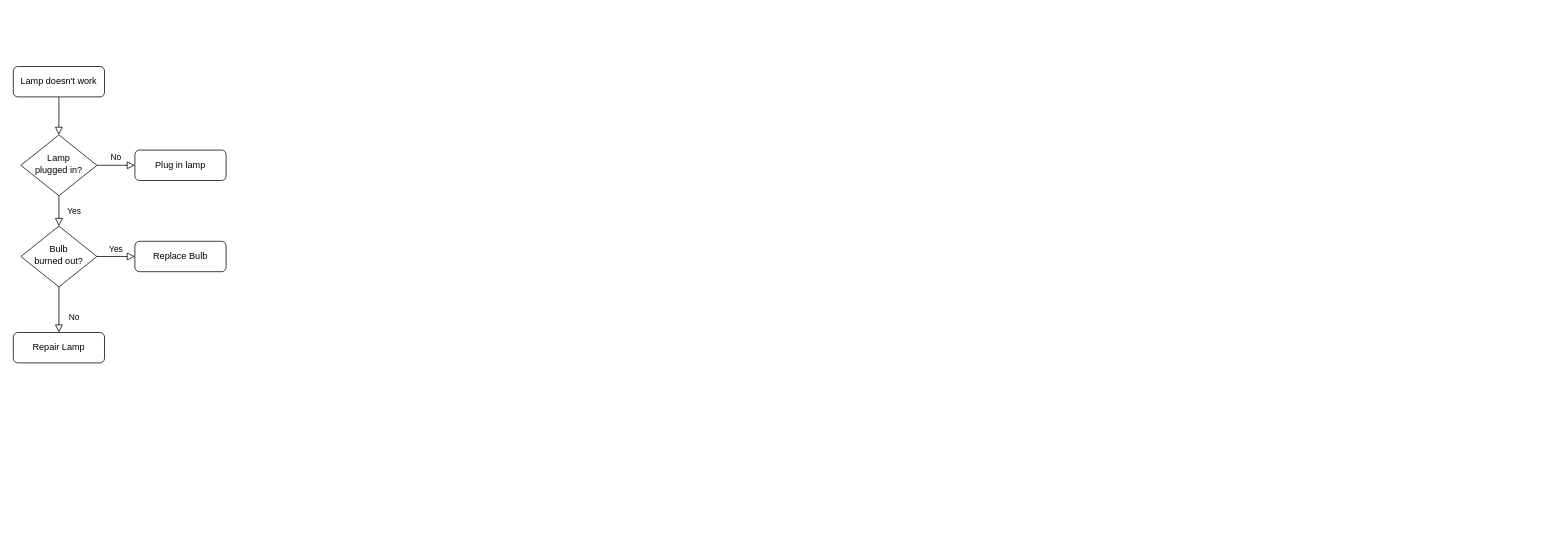
Alethes0216/test keeps this draw.io diagram as 未命名绘图.drawio. Above is the earlier version. Source tidied: cells renumbered, new cells numbered last; positions are measured from the earlier drawing's top-left corner, leaving out a move shared by most shapes. Both pictures are drawn from the tidied source at 76%, with x=0, y=0 at pixel (13, 66).
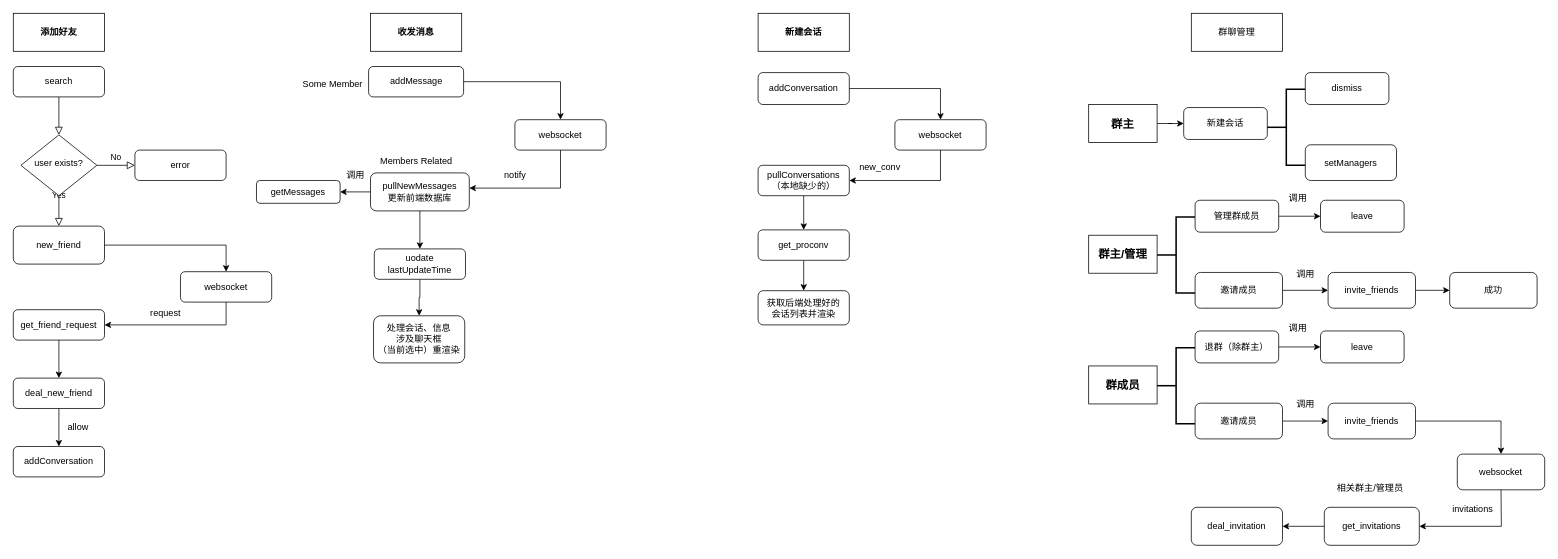
Above is the later version.

Commit message:
更新未命名绘图.drawio

Diff of the diagram source:
```diff
@@
-<mxGraphModel>
+<mxGraphModel background="#FFFFFF">
@@
-    <mxCell id="3" value="Lamp doesn't work" style="rounded=1;whiteSpace=wrap;html=1;fontSize=12;glass=0;strokeWidth=1;shadow=0;" parent="1" vertex="1">
+    <mxCell id="3" value="search" style="rounded=1;whiteSpace=wrap;html=1;fontSize=12;glass=0;strokeWidth=1;shadow=0;" parent="1" vertex="1">
       <mxGeometry width="120" height="40" as="geometry" />
     </mxCell>
-    <mxCell id="4" value="Yes" style="rounded=0;html=1;jettySize=auto;fontSize=11;endArrow=block;endFill=0;endSize=8;strokeWidth=1;shadow=0;labelBackgroundColor=none;edgeStyle=orthogonalEdgeStyle;" parent="1" edge="1" source="6" target="10">
-      <mxGeometry y="20" relative="1" as="geometry" />
+    <mxCell id="4" value="Yes" style="rounded=0;html=1;jettySize=auto;fontSize=11;endArrow=block;endFill=0;endSize=8;strokeWidth=1;shadow=0;labelBackgroundColor=none;edgeStyle=orthogonalEdgeStyle;" parent="1" edge="1" source="6">
+      <mxGeometry x="0.01" y="20" relative="1" as="geometry">
+        <mxPoint x="60" y="210" as="targetPoint" />
+        <mxPoint y="-1" as="offset" />
+      </mxGeometry>
     </mxCell>
@@
-    <mxCell id="6" value="Lamp&lt;br&gt;plugged in?" style="rhombus;whiteSpace=wrap;html=1;shadow=0;fontFamily=Helvetica;fontSize=12;align=center;strokeWidth=1;spacing=6;spacingTop=-4;" parent="1" vertex="1">
+    <mxCell id="6" value="user exists?" style="rhombus;whiteSpace=wrap;html=1;shadow=0;fontFamily=Helvetica;fontSize=12;align=center;strokeWidth=1;spacing=6;spacingTop=-4;" parent="1" vertex="1">
       <mxGeometry x="10" y="90" width="100" height="80" as="geometry" />
     </mxCell>
-    <mxCell id="7" value="Plug in lamp" style="rounded=1;whiteSpace=wrap;html=1;fontSize=12;glass=0;strokeWidth=1;shadow=0;" parent="1" vertex="1">
+    <mxCell id="7" value="error" style="rounded=1;whiteSpace=wrap;html=1;fontSize=12;glass=0;strokeWidth=1;shadow=0;" parent="1" vertex="1">
       <mxGeometry x="160" y="110" width="120" height="40" as="geometry" />
     </mxCell>
-    <mxCell id="8" value="No" style="rounded=0;html=1;jettySize=auto;fontSize=11;endArrow=block;endFill=0;endSize=8;strokeWidth=1;shadow=0;labelBackgroundColor=none;edgeStyle=orthogonalEdgeStyle;" parent="1" edge="1" source="10" target="11">
-      <mxGeometry x="0.33" y="20" relative="1" as="geometry" />
-    </mxCell>
-    <mxCell id="9" value="Yes" style="edgeStyle=orthogonalEdgeStyle;rounded=0;html=1;jettySize=auto;fontSize=11;endArrow=block;endFill=0;endSize=8;strokeWidth=1;shadow=0;labelBackgroundColor=none;" parent="1" edge="1" source="10" target="12">
-      <mxGeometry y="10" relative="1" as="geometry" />
-    </mxCell>
-    <mxCell id="10" value="Bulb&lt;br&gt;burned out?" style="rhombus;whiteSpace=wrap;html=1;shadow=0;fontFamily=Helvetica;fontSize=12;align=center;strokeWidth=1;spacing=6;spacingTop=-4;" parent="1" vertex="1">
-      <mxGeometry x="10" y="210" width="100" height="80" as="geometry" />
-    </mxCell>
-    <mxCell id="11" value="Repair Lamp" style="rounded=1;whiteSpace=wrap;html=1;fontSize=12;glass=0;strokeWidth=1;shadow=0;" parent="1" vertex="1">
-      <mxGeometry y="350" width="120" height="40" as="geometry" />
+    <mxCell id="11" value="get_friend_request" style="rounded=1;whiteSpace=wrap;html=1;fontSize=12;glass=0;strokeWidth=1;shadow=0;" parent="1" vertex="1">
+      <mxGeometry y="320" width="120" height="40" as="geometry" />
     </mxCell>
-    <mxCell id="12" value="Replace Bulb" style="rounded=1;whiteSpace=wrap;html=1;fontSize=12;glass=0;strokeWidth=1;shadow=0;" parent="1" vertex="1">
-      <mxGeometry x="160" y="230" width="120" height="40" as="geometry" />
+    <mxCell id="12" value="websocket" style="rounded=1;whiteSpace=wrap;html=1;fontSize=12;glass=0;strokeWidth=1;shadow=0;" parent="1" vertex="1">
+      <mxGeometry x="220" y="270" width="120" height="40" as="geometry" />
     </mxCell>
+    <mxCell id="13" value="&lt;b&gt;添加好友&lt;/b&gt;" style="rounded=0;whiteSpace=wrap;html=1;" parent="1" vertex="1">
+      <mxGeometry y="-70" width="120" height="50" as="geometry" />
+    </mxCell>
+    <mxCell id="14" value="new_friend" style="rounded=1;whiteSpace=wrap;html=1;" parent="1" vertex="1">
+      <mxGeometry y="210" width="120" height="50" as="geometry" />
+    </mxCell>
+    <mxCell id="15" style="endArrow=classic;html=1;rounded=0;entryX=0.5;entryY=0;entryDx=0;entryDy=0;exitX=1;exitY=0.5;exitDx=0;exitDy=0;" parent="1" edge="1" source="14" target="12">
+      <mxGeometry relative="1" as="geometry">
+        <Array as="points">
+          <mxPoint x="200" y="235" />
+          <mxPoint x="280" y="235" />
+        </Array>
+      </mxGeometry>
+    </mxCell>
+    <mxCell id="16" style="endArrow=classic;html=1;rounded=0;entryX=1;entryY=0.5;entryDx=0;entryDy=0;" parent="1" edge="1" source="12" target="11">
+      <mxGeometry relative="1" as="geometry">
+        <Array as="points">
+          <mxPoint x="280" y="340" />
+        </Array>
+      </mxGeometry>
+    </mxCell>
+    <mxCell id="17" value="request" style="text;html=1;align=center;verticalAlign=middle;strokeColor=none;fillColor=none;" parent="1" vertex="1">
+      <mxGeometry x="170" y="310" width="60" height="30" as="geometry" />
+    </mxCell>
+    <mxCell id="18" style="endArrow=classic;html=1;rounded=0;" parent="1" edge="1" source="11">
+      <mxGeometry relative="1" as="geometry">
+        <mxPoint x="60" y="410" as="targetPoint" />
+      </mxGeometry>
+    </mxCell>
+    <mxCell id="19" value="deal_new_friend" style="rounded=1;whiteSpace=wrap;html=1;" parent="1" vertex="1">
+      <mxGeometry y="410" width="120" height="40" as="geometry" />
+    </mxCell>
+    <mxCell id="20" value="&lt;b&gt;收发消息&lt;/b&gt;" style="rounded=0;whiteSpace=wrap;html=1;" parent="1" vertex="1">
+      <mxGeometry x="470" y="-70" width="120" height="50" as="geometry" />
+    </mxCell>
+    <mxCell id="21" value="allow" style="text;html=1;align=center;verticalAlign=middle;strokeColor=none;fillColor=none;" parent="1" vertex="1">
+      <mxGeometry x="60" y="460" width="50" height="30" as="geometry" />
+    </mxCell>
+    <mxCell id="22" style="endArrow=classic;html=1;rounded=0;exitX=0.5;exitY=1;exitDx=0;exitDy=0;" parent="1" edge="1" source="19">
+      <mxGeometry relative="1" as="geometry">
+        <mxPoint x="60" y="500" as="targetPoint" />
+      </mxGeometry>
+    </mxCell>
+    <mxCell id="23" value="addConversation" style="rounded=1;whiteSpace=wrap;html=1;" parent="1" vertex="1">
+      <mxGeometry y="500" width="120" height="40" as="geometry" />
+    </mxCell>
+    <mxCell id="24" value="addMessage" style="rounded=1;whiteSpace=wrap;html=1;" parent="1" vertex="1">
+      <mxGeometry x="467.5" width="125" height="40" as="geometry" />
+    </mxCell>
+    <mxCell id="25" style="endArrow=classic;html=1;rounded=0;exitX=1;exitY=0.5;exitDx=0;exitDy=0;entryX=0.5;entryY=0;entryDx=0;entryDy=0;" parent="1" edge="1" source="24" target="26">
+      <mxGeometry relative="1" as="geometry">
+        <Array as="points">
+          <mxPoint x="720" y="20" />
+        </Array>
+      </mxGeometry>
+    </mxCell>
+    <mxCell id="26" value="websocket" style="rounded=1;whiteSpace=wrap;html=1;" parent="1" vertex="1">
+      <mxGeometry x="660" y="70" width="120" height="40" as="geometry" />
+    </mxCell>
+    <mxCell id="27" style="endArrow=classic;html=1;rounded=0;exitX=0.5;exitY=1;exitDx=0;exitDy=0;" parent="1" edge="1" source="26">
+      <mxGeometry relative="1" as="geometry">
+        <mxPoint x="600" y="160" as="targetPoint" />
+        <Array as="points">
+          <mxPoint x="720" y="160" />
+        </Array>
+      </mxGeometry>
+    </mxCell>
+    <mxCell id="28" style="edgeStyle=orthogonalEdgeStyle;rounded=0;jettySize=auto;html=1;entryX=1;entryY=0.5;entryDx=0;entryDy=0;" parent="1" edge="1" source="30" target="32">
+      <mxGeometry relative="1" as="geometry" />
+    </mxCell>
+    <mxCell id="29" style="edgeStyle=orthogonalEdgeStyle;rounded=0;jettySize=auto;html=1;" parent="1" edge="1" source="30" target="34">
+      <mxGeometry relative="1" as="geometry" />
+    </mxCell>
+    <mxCell id="30" value="pullNewMessages&lt;div&gt;更新前端数据库&lt;/div&gt;" style="rounded=1;whiteSpace=wrap;html=1;" parent="1" vertex="1">
+      <mxGeometry x="470" y="140" width="130" height="50" as="geometry" />
+    </mxCell>
+    <mxCell id="31" value="notify" style="text;html=1;align=center;verticalAlign=middle;strokeColor=none;fillColor=none;" parent="1" vertex="1">
+      <mxGeometry x="635" y="128" width="50" height="30" as="geometry" />
+    </mxCell>
+    <mxCell id="32" value="getMessages" style="whiteSpace=wrap;html=1;rounded=1;" parent="1" vertex="1">
+      <mxGeometry x="320" y="150" width="110" height="30" as="geometry" />
+    </mxCell>
+    <mxCell id="33" style="edgeStyle=orthogonalEdgeStyle;rounded=0;jettySize=auto;html=1;" parent="1" edge="1" source="34" target="38">
+      <mxGeometry relative="1" as="geometry" />
+    </mxCell>
+    <mxCell id="34" value="uodate lastUpdateTime" style="whiteSpace=wrap;html=1;rounded=1;" parent="1" vertex="1">
+      <mxGeometry x="475" y="240" width="120" height="40" as="geometry" />
+    </mxCell>
+    <mxCell id="35" value="调用" style="text;html=1;align=center;verticalAlign=middle;strokeColor=none;fillColor=none;" parent="1" vertex="1">
+      <mxGeometry x="425" y="128" width="50" height="30" as="geometry" />
+    </mxCell>
+    <mxCell id="36" value="Some Member" style="text;html=1;align=center;verticalAlign=middle;strokeColor=none;fillColor=none;" parent="1" vertex="1">
+      <mxGeometry x="370" y="8" width="100" height="30" as="geometry" />
+    </mxCell>
+    <mxCell id="37" value="Members Related" style="text;html=1;align=center;verticalAlign=middle;strokeColor=none;fillColor=none;" parent="1" vertex="1">
+      <mxGeometry x="470" y="110" width="120" height="30" as="geometry" />
+    </mxCell>
+    <mxCell id="38" value="&lt;div&gt;处理会话、信息&lt;/div&gt;涉及聊天框&lt;div&gt;（当前选中）重渲染&lt;/div&gt;" style="whiteSpace=wrap;html=1;rounded=1;" parent="1" vertex="1">
+      <mxGeometry x="474" y="328" width="120" height="62" as="geometry" />
+    </mxCell>
+    <mxCell id="39" value="&lt;b&gt;新建会话&lt;/b&gt;" style="rounded=0;whiteSpace=wrap;html=1;" parent="1" vertex="1">
+      <mxGeometry x="980" y="-70" width="120" height="50" as="geometry" />
+    </mxCell>
+    <mxCell id="40" value="addConversation" style="rounded=1;whiteSpace=wrap;html=1;" parent="1" vertex="1">
+      <mxGeometry x="980" y="8" width="120" height="42" as="geometry" />
+    </mxCell>
+    <mxCell id="41" style="endArrow=classic;html=1;rounded=0;exitX=1;exitY=0.5;exitDx=0;exitDy=0;" parent="1" edge="1" source="40" target="42">
+      <mxGeometry relative="1" as="geometry">
+        <Array as="points">
+          <mxPoint x="1220" y="29" />
+        </Array>
+      </mxGeometry>
+    </mxCell>
+    <mxCell id="42" value="websocket" style="rounded=1;whiteSpace=wrap;html=1;" parent="1" vertex="1">
+      <mxGeometry x="1160" y="70" width="120" height="40" as="geometry" />
+    </mxCell>
+    <mxCell id="43" style="endArrow=classic;html=1;rounded=0;exitX=0.5;exitY=1;exitDx=0;exitDy=0;entryX=1;entryY=0.5;entryDx=0;entryDy=0;" parent="1" edge="1" source="42" target="45">
+      <mxGeometry relative="1" as="geometry">
+        <Array as="points">
+          <mxPoint x="1220" y="150" />
+        </Array>
+      </mxGeometry>
+    </mxCell>
+    <mxCell id="44" style="edgeStyle=orthogonalEdgeStyle;rounded=0;jettySize=auto;html=1;" parent="1" edge="1" source="45" target="48">
+      <mxGeometry relative="1" as="geometry" />
+    </mxCell>
+    <mxCell id="45" value="pullConversations&lt;div&gt;（本地缺少的）&lt;/div&gt;" style="rounded=1;whiteSpace=wrap;html=1;" parent="1" vertex="1">
+      <mxGeometry x="980" y="130" width="120" height="40" as="geometry" />
+    </mxCell>
+    <mxCell id="46" value="new_conv" style="text;html=1;align=center;verticalAlign=middle;strokeColor=none;fillColor=none;" parent="1" vertex="1">
+      <mxGeometry x="1100" y="118" width="80" height="30" as="geometry" />
+    </mxCell>
+    <mxCell id="47" style="edgeStyle=orthogonalEdgeStyle;rounded=0;jettySize=auto;html=1;" parent="1" edge="1" source="48" target="49">
+      <mxGeometry relative="1" as="geometry" />
+    </mxCell>
+    <mxCell id="48" value="get_proconv" style="whiteSpace=wrap;html=1;rounded=1;" parent="1" vertex="1">
+      <mxGeometry x="980" y="215" width="120" height="40" as="geometry" />
+    </mxCell>
+    <mxCell id="49" value="获取后端处理好的&lt;div&gt;会话列表并渲染&lt;/div&gt;" style="whiteSpace=wrap;html=1;rounded=1;" parent="1" vertex="1">
+      <mxGeometry x="980" y="295" width="120" height="45" as="geometry" />
+    </mxCell>
+    <mxCell id="50" value="群聊管理" style="whiteSpace=wrap;html=1;" parent="1" vertex="1">
+      <mxGeometry x="1550" y="-70" width="120" height="50" as="geometry" />
+    </mxCell>
+    <mxCell id="51" value="新建会话" style="rounded=1;whiteSpace=wrap;html=1;" parent="1" vertex="1">
+      <mxGeometry x="1540" y="54" width="110" height="42" as="geometry" />
+    </mxCell>
+    <mxCell id="52" style="edgeStyle=orthogonalEdgeStyle;rounded=0;jettySize=auto;html=1;" parent="1" edge="1" source="53" target="51">
+      <mxGeometry relative="1" as="geometry" />
+    </mxCell>
+    <mxCell id="53" value="&lt;b&gt;&lt;font style=&quot;font-size: 15px;&quot;&gt;群主&lt;/font&gt;&lt;/b&gt;" style="whiteSpace=wrap;html=1;" parent="1" vertex="1">
+      <mxGeometry x="1415" y="50" width="90" height="50" as="geometry" />
+    </mxCell>
+    <mxCell id="54" style="strokeWidth=2;html=1;shape=mxgraph.flowchart.annotation_2;align=left;labelPosition=right;" parent="1" vertex="1">
+      <mxGeometry x="1650" y="30" width="50" height="100" as="geometry" />
+    </mxCell>
+    <mxCell id="55" value="dismiss" style="rounded=1;whiteSpace=wrap;html=1;" parent="1" vertex="1">
+      <mxGeometry x="1700" y="8" width="110" height="42" as="geometry" />
+    </mxCell>
+    <mxCell id="56" value="setManagers" style="rounded=1;whiteSpace=wrap;html=1;" parent="1" vertex="1">
+      <mxGeometry x="1700" y="103" width="120" height="47" as="geometry" />
+    </mxCell>
+    <mxCell id="57" value="&lt;b&gt;&lt;font style=&quot;font-size: 15px;&quot;&gt;群主/管理&lt;/font&gt;&lt;/b&gt;" style="whiteSpace=wrap;html=1;" parent="1" vertex="1">
+      <mxGeometry x="1415" y="222" width="90" height="50" as="geometry" />
+    </mxCell>
+    <mxCell id="58" style="strokeWidth=2;html=1;shape=mxgraph.flowchart.annotation_2;align=left;labelPosition=right;" parent="1" vertex="1">
+      <mxGeometry x="1505" y="198" width="50" height="100" as="geometry" />
+    </mxCell>
+    <mxCell id="59" style="edgeStyle=orthogonalEdgeStyle;rounded=0;jettySize=auto;html=1;" parent="1" edge="1" source="60" target="63">
+      <mxGeometry relative="1" as="geometry" />
+    </mxCell>
+    <mxCell id="60" value="管理群成员" style="rounded=1;whiteSpace=wrap;html=1;" parent="1" vertex="1">
+      <mxGeometry x="1555" y="176" width="110" height="42" as="geometry" />
+    </mxCell>
+    <mxCell id="61" style="edgeStyle=orthogonalEdgeStyle;rounded=0;jettySize=auto;html=1;" parent="1" edge="1" source="62" target="66">
+      <mxGeometry relative="1" as="geometry" />
+    </mxCell>
+    <mxCell id="62" value="邀请成员" style="rounded=1;whiteSpace=wrap;html=1;" parent="1" vertex="1">
+      <mxGeometry x="1555" y="271" width="115" height="47" as="geometry" />
+    </mxCell>
+    <mxCell id="63" value="leave" style="rounded=1;whiteSpace=wrap;html=1;" parent="1" vertex="1">
+      <mxGeometry x="1720" y="176" width="110" height="42" as="geometry" />
+    </mxCell>
+    <mxCell id="64" value="调用" style="text;html=1;align=center;verticalAlign=middle;strokeColor=none;fillColor=none;" parent="1" vertex="1">
+      <mxGeometry x="1665" y="158" width="50" height="30" as="geometry" />
+    </mxCell>
+    <mxCell id="65" style="edgeStyle=orthogonalEdgeStyle;rounded=0;jettySize=auto;html=1;" parent="1" edge="1" source="66" target="68">
+      <mxGeometry relative="1" as="geometry" />
+    </mxCell>
+    <mxCell id="66" value="invite_friends" style="rounded=1;whiteSpace=wrap;html=1;" parent="1" vertex="1">
+      <mxGeometry x="1730" y="271" width="115" height="47" as="geometry" />
+    </mxCell>
+    <mxCell id="67" value="调用" style="text;html=1;align=center;verticalAlign=middle;strokeColor=none;fillColor=none;" parent="1" vertex="1">
+      <mxGeometry x="1675" y="258" width="50" height="30" as="geometry" />
+    </mxCell>
+    <mxCell id="68" value="成功" style="rounded=1;whiteSpace=wrap;html=1;" parent="1" vertex="1">
+      <mxGeometry x="1890" y="271" width="115" height="47" as="geometry" />
+    </mxCell>
+    <mxCell id="69" value="&lt;b&gt;&lt;font style=&quot;font-size: 15px;&quot;&gt;群成员&lt;/font&gt;&lt;/b&gt;" style="whiteSpace=wrap;html=1;" parent="1" vertex="1">
+      <mxGeometry x="1415" y="394" width="90" height="50" as="geometry" />
+    </mxCell>
+    <mxCell id="70" style="strokeWidth=2;html=1;shape=mxgraph.flowchart.annotation_2;align=left;labelPosition=right;" parent="1" vertex="1">
+      <mxGeometry x="1505" y="370" width="50" height="100" as="geometry" />
+    </mxCell>
+    <mxCell id="71" style="edgeStyle=orthogonalEdgeStyle;rounded=0;jettySize=auto;html=1;" parent="1" edge="1" source="72" target="75">
+      <mxGeometry relative="1" as="geometry" />
+    </mxCell>
+    <mxCell id="72" value="退群（除群主）" style="rounded=1;whiteSpace=wrap;html=1;" parent="1" vertex="1">
+      <mxGeometry x="1555" y="348" width="110" height="42" as="geometry" />
+    </mxCell>
+    <mxCell id="73" style="edgeStyle=orthogonalEdgeStyle;rounded=0;jettySize=auto;html=1;" parent="1" edge="1" source="74" target="78">
+      <mxGeometry relative="1" as="geometry" />
+    </mxCell>
+    <mxCell id="74" value="邀请成员" style="rounded=1;whiteSpace=wrap;html=1;" parent="1" vertex="1">
+      <mxGeometry x="1555" y="443" width="115" height="47" as="geometry" />
+    </mxCell>
+    <mxCell id="75" value="leave" style="rounded=1;whiteSpace=wrap;html=1;" parent="1" vertex="1">
+      <mxGeometry x="1720" y="348" width="110" height="42" as="geometry" />
+    </mxCell>
+    <mxCell id="76" value="调用" style="text;html=1;align=center;verticalAlign=middle;strokeColor=none;fillColor=none;" parent="1" vertex="1">
+      <mxGeometry x="1665" y="330" width="50" height="30" as="geometry" />
+    </mxCell>
+    <mxCell id="77" style="edgeStyle=orthogonalEdgeStyle;rounded=0;jettySize=auto;html=1;" parent="1" edge="1" source="78" target="80">
+      <mxGeometry relative="1" as="geometry" />
+    </mxCell>
+    <mxCell id="78" value="invite_friends" style="rounded=1;whiteSpace=wrap;html=1;" parent="1" vertex="1">
+      <mxGeometry x="1730" y="443" width="115" height="47" as="geometry" />
+    </mxCell>
+    <mxCell id="79" value="调用" style="text;html=1;align=center;verticalAlign=middle;strokeColor=none;fillColor=none;" parent="1" vertex="1">
+      <mxGeometry x="1675" y="430" width="50" height="30" as="geometry" />
+    </mxCell>
+    <mxCell id="80" value="websocket" style="rounded=1;whiteSpace=wrap;html=1;" parent="1" vertex="1">
+      <mxGeometry x="1900" y="510" width="115" height="47" as="geometry" />
+    </mxCell>
+    <mxCell id="81" style="edgeStyle=orthogonalEdgeStyle;rounded=0;jettySize=auto;html=1;" parent="1" edge="1" source="82" target="86">
+      <mxGeometry relative="1" as="geometry" />
+    </mxCell>
+    <mxCell id="82" value="get_invitations" style="rounded=1;whiteSpace=wrap;html=1;" parent="1" vertex="1">
+      <mxGeometry x="1725" y="580" width="125" height="50" as="geometry" />
+    </mxCell>
+    <mxCell id="83" style="endArrow=classic;html=1;rounded=0;entryX=1;entryY=0.5;entryDx=0;entryDy=0;exitX=0.5;exitY=1;exitDx=0;exitDy=0;" parent="1" edge="1" source="80" target="82">
+      <mxGeometry relative="1" as="geometry">
+        <Array as="points">
+          <mxPoint x="1958" y="605" />
+        </Array>
+      </mxGeometry>
+    </mxCell>
+    <mxCell id="84" value="invitations" style="text;html=1;align=center;verticalAlign=middle;strokeColor=none;fillColor=none;" parent="1" vertex="1">
+      <mxGeometry x="1880" y="568" width="80" height="30" as="geometry" />
+    </mxCell>
+    <mxCell id="85" value="相关群主/管理员" style="text;html=1;align=center;verticalAlign=middle;strokeColor=none;fillColor=none;" parent="1" vertex="1">
+      <mxGeometry x="1730" y="540" width="110" height="30" as="geometry" />
+    </mxCell>
+    <mxCell id="86" value="deal_invitation" style="whiteSpace=wrap;html=1;rounded=1;" parent="1" vertex="1">
+      <mxGeometry x="1550" y="580" width="120" height="50" as="geometry" />
+    </mxCell>
```
